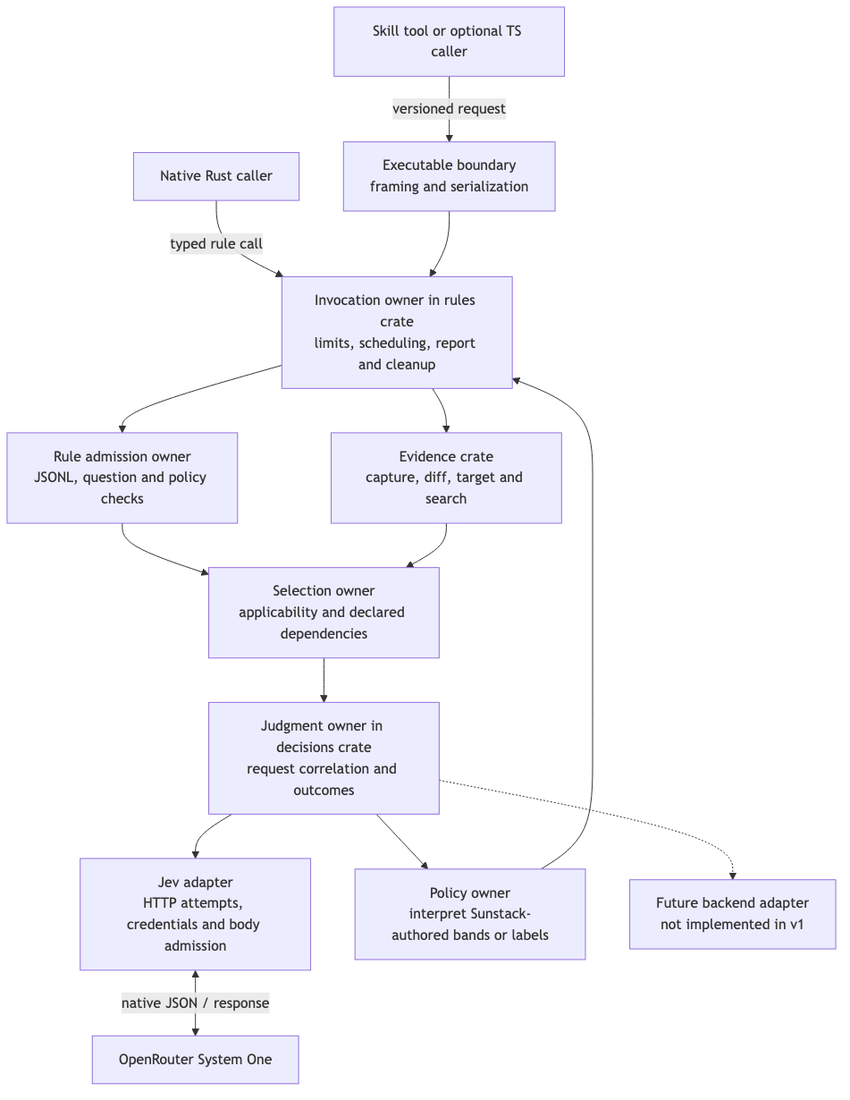
The Mermaid diagram docs/specs/2026-10-12-rust-rule-engine/assets/program-components.png in ShravanSunder/sunstack-tools, before a commit. Its source is kept beside it as docs/specs/2026-10-12-rust-rule-engine/assets/program-components.mmd.
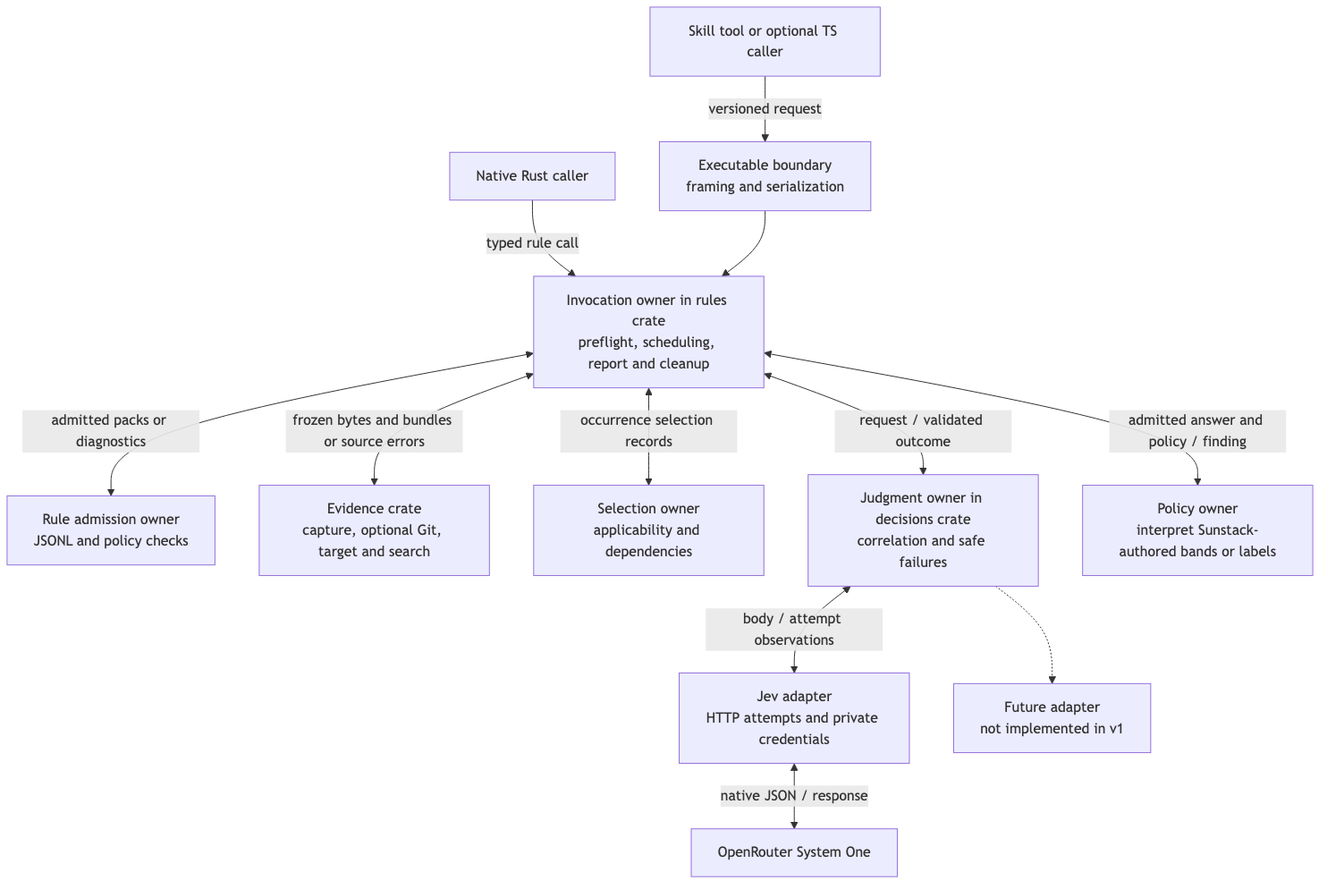
After the change.

The edit, as a diff of the source:
```diff
@@ -1,14 +1,12 @@
 flowchart TB
-  N["Native Rust caller"] -->|"typed rule call"| O["Invocation owner in rules crate<br/>limits, scheduling, report and cleanup"]
+  N["Native Rust caller"] -->|"typed rule call"| O["Invocation owner in rules crate<br/>preflight, scheduling, report and cleanup"]
   P["Skill tool or optional TS caller"] -->|"versioned request"| C["Executable boundary<br/>framing and serialization"]
   C --> O
-  O --> R["Rule admission owner<br/>JSONL, question and policy checks"]
-  O --> E["Evidence crate<br/>capture, diff, target and search"]
-  R --> F["Selection owner<br/>applicability and declared dependencies"]
-  E --> F
-  F --> J["Judgment owner in decisions crate<br/>request correlation and outcomes"]
-  J --> B["Jev adapter<br/>HTTP attempts, credentials and body admission"]
+  O <-->|"admitted packs or diagnostics"| R["Rule admission owner<br/>JSONL and policy checks"]
+  O <-->|"frozen bytes and bundles or source errors"| E["Evidence crate<br/>capture, optional Git, target and search"]
+  O <-->|"occurrence selection records"| F["Selection owner<br/>applicability and dependencies"]
+  O <-->|"request / validated outcome"| J["Judgment owner in decisions crate<br/>correlation and safe failures"]
+  J <-->|"body / attempt observations"| B["Jev adapter<br/>HTTP attempts and private credentials"]
   B <-->|"native JSON / response"| X["OpenRouter System One"]
-  J --> V["Policy owner<br/>interpret Sunstack-authored bands or labels"]
-  V --> O
-  J -.-> A["Future backend adapter<br/>not implemented in v1"]
+  O <-->|"admitted answer and policy / finding"| V["Policy owner<br/>interpret Sunstack-authored bands or labels"]
+  J -.-> A["Future adapter<br/>not implemented in v1"]
```
